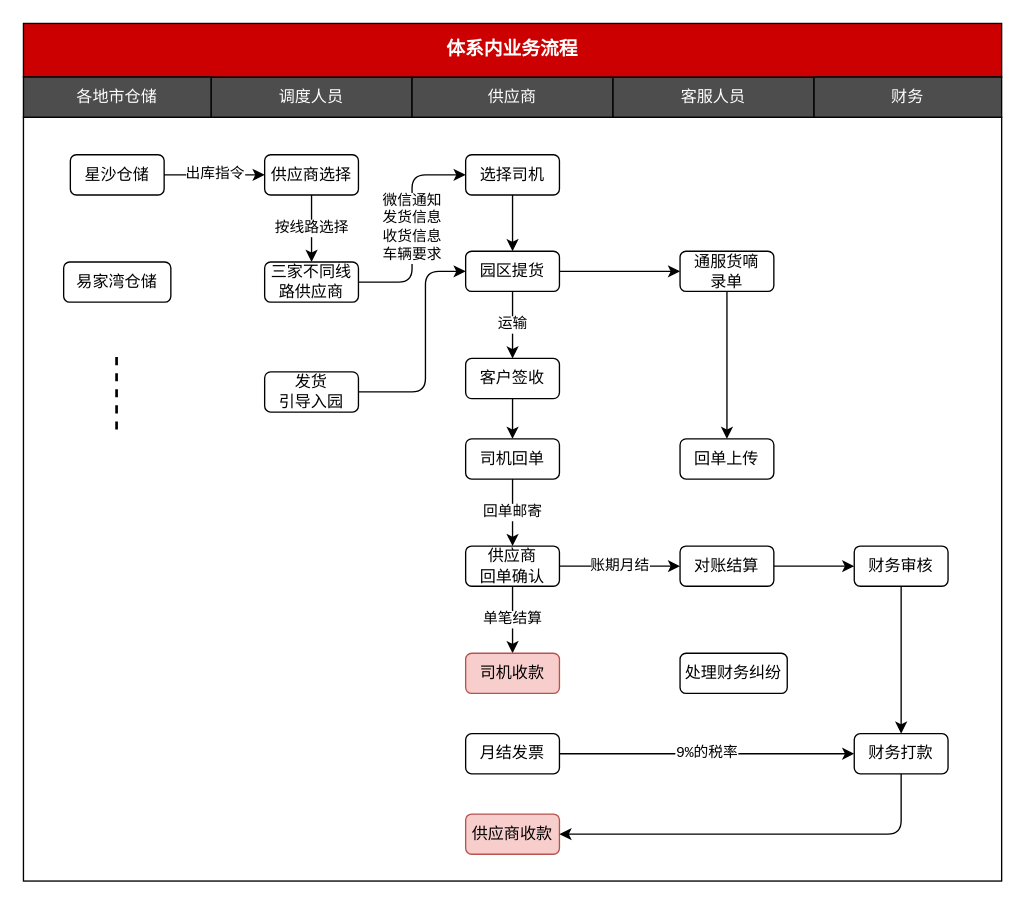
Earlier version of the draw.io diagram 体系内业务流程图（角色）.drawio (chenyibang/rdpwrap). Source tidied: cells renumbered, new cells numbered last; positions are measured from the earlier drawing's top-left corner, leaving out a move shared by most shapes. Both pictures are drawn from the tidied source at 134%, with x=0, y=0 at pixel (23, 23).
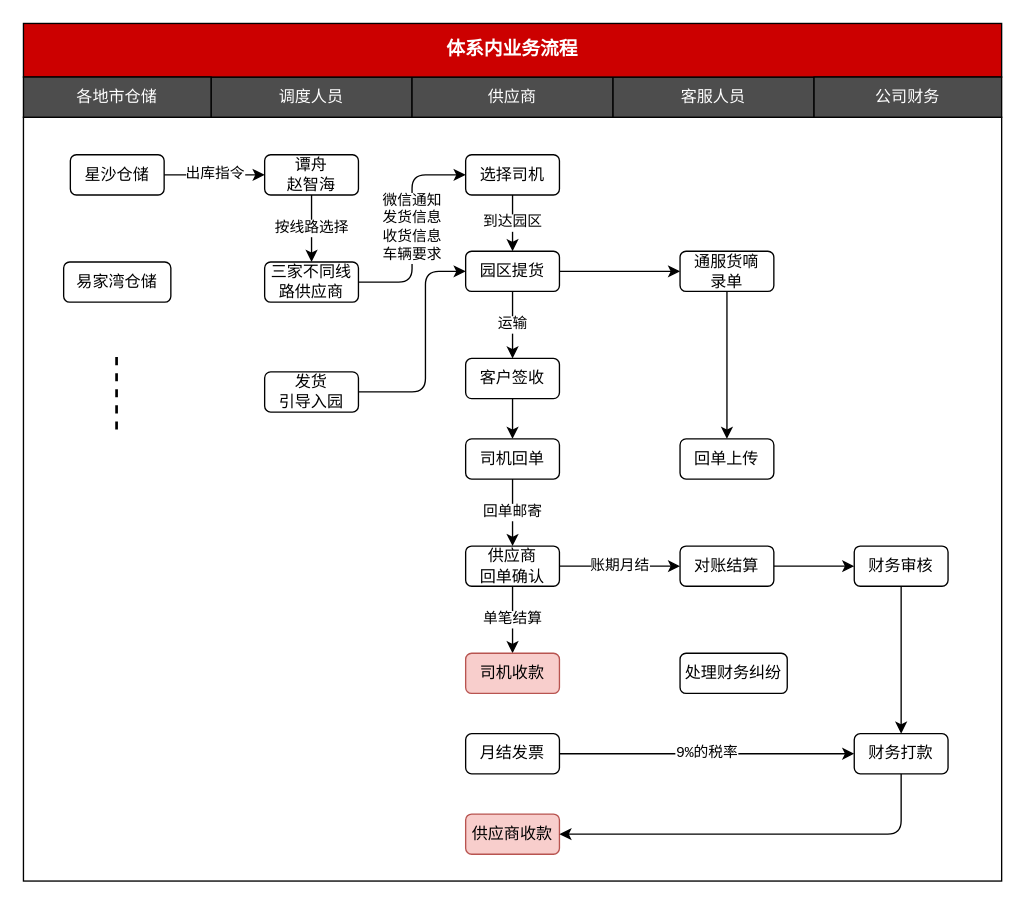
The same page after the edit.

Commit message:
更新体系内业务流程图（角色）.drawio

The change refers to these unchanged cells:
```xml
<mxCell id="12" value="选择司机" style="rounded=1;whiteSpace=wrap;html=1;" parent="1" vertex="1">
  <mxGeometry x="330" y="98" width="70" height="30" as="geometry" />
</mxCell>
<mxCell id="20" value="园区提货" style="rounded=1;whiteSpace=wrap;html=1;" parent="1" vertex="1">
  <mxGeometry x="330" y="170" width="70" height="30" as="geometry" />
</mxCell>
```

What changed in the source:
```diff
@@
-    <mxCell id="11" style="edgeStyle=orthogonalEdgeStyle;rounded=0;jettySize=auto;html=1;entryX=0.5;entryY=0;entryDx=0;entryDy=0;strokeWidth=1;fontFamily=Courier New;fontColor=#000000;" parent="1" edge="1" source="12" target="20">
+    <mxCell id="11" value="到达园区" style="edgeStyle=orthogonalEdgeStyle;rounded=0;jettySize=auto;html=1;entryX=0.5;entryY=0;entryDx=0;entryDy=0;strokeWidth=1;fontFamily=Courier New;fontColor=#000000;" parent="1" edge="1" source="12" target="20">
       <mxGeometry relative="1" as="geometry" />
     </mxCell>
@@
-    <mxCell id="17" value="财务" style="rounded=0;whiteSpace=wrap;html=1;fillColor=#4D4D4D;fontColor=#FFFFFF;" parent="1" vertex="1">
+    <mxCell id="17" value="公司财务" style="rounded=0;whiteSpace=wrap;html=1;fillColor=#4D4D4D;fontColor=#FFFFFF;" parent="1" vertex="1">
       <mxGeometry x="590" y="40" width="140" height="30" as="geometry" />
     </mxCell>
@@
-    <mxCell id="44" value="供应商选择" style="rounded=1;whiteSpace=wrap;html=1;" parent="1" vertex="1">
+    <mxCell id="44" value="谭舟&lt;br&gt;赵智海" style="rounded=1;whiteSpace=wrap;html=1;" parent="1" vertex="1">
       <mxGeometry x="180" y="98" width="70" height="30" as="geometry" />
     </mxCell>
```
